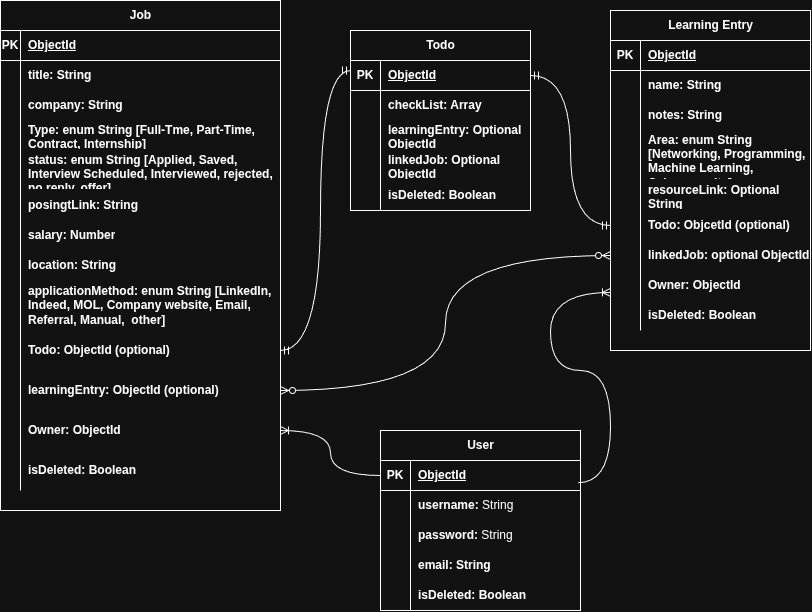
Above: docs/waypoint.ERD.png in A-Alsaffaf/Waypoint-U2-Project (draw.io), before the change. Source tidied: cells renumbered, new cells last; positions are measured from the earlier drawing's top-left corner, leaving out a move shared by most shapes.
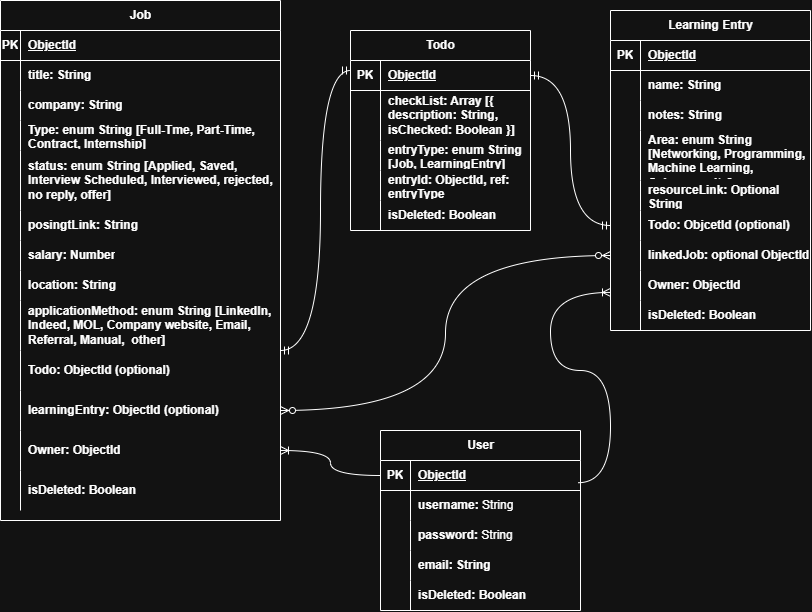
After the commit.

Commit message:
docs: Update ERD Diagram, todo schema

The edit, as a diff of the source:
```diff
@@ -51,7 +51,7 @@
       <mxGeometry x="30" width="170" height="30" as="geometry" />
     </mxCell>
     <mxCell id="18" value="Job" style="shape=table;startSize=30;rowLines=0;fontStyle=1;align=center;html=1;" parent="1" vertex="1">
-      <mxGeometry width="280" height="510" as="geometry" />
+      <mxGeometry width="280" height="520" as="geometry" />
     </mxCell>
     <mxCell id="19" style="shape=tableRow;horizontal=0;startSize=0;swimlaneHead=0;swimlaneBody=0;fillColor=none;top=0;left=0;right=0;bottom=1;" parent="18" vertex="1">
       <mxGeometry y="30" width="280" height="30" as="geometry" />
@@ -90,16 +90,16 @@
       <mxGeometry x="20" width="260" height="30" as="geometry" />
     </mxCell>
     <mxCell id="31" style="shape=tableRow;horizontal=0;startSize=0;swimlaneHead=0;swimlaneBody=0;fillColor=none;top=0;left=0;right=0;bottom=0;" parent="18" vertex="1">
-      <mxGeometry y="150" width="280" height="40" as="geometry" />
+      <mxGeometry y="150" width="280" height="60" as="geometry" />
     </mxCell>
     <mxCell id="32" style="shape=partialRectangle;fillColor=none;top=0;left=0;bottom=0;right=0;overflow=hidden;whiteSpace=wrap;html=1;" parent="31" vertex="1">
-      <mxGeometry width="20" height="40" as="geometry" />
+      <mxGeometry width="20" height="60" as="geometry" />
     </mxCell>
     <mxCell id="33" value="&lt;b&gt;status: enum String [Applied, Saved, Interview Scheduled, Interviewed, rejected, no reply, offer]&lt;/b&gt;" style="shape=partialRectangle;fillColor=none;top=0;left=0;bottom=0;right=0;align=left;spacingLeft=6;overflow=hidden;whiteSpace=wrap;html=1;" parent="31" vertex="1">
-      <mxGeometry x="20" width="260" height="40" as="geometry" />
+      <mxGeometry x="20" width="260" height="60" as="geometry" />
     </mxCell>
     <mxCell id="34" style="shape=tableRow;horizontal=0;startSize=0;swimlaneHead=0;swimlaneBody=0;fillColor=none;top=0;left=0;right=0;bottom=0;" parent="18" vertex="1">
-      <mxGeometry y="190" width="280" height="30" as="geometry" />
+      <mxGeometry y="210" width="280" height="30" as="geometry" />
     </mxCell>
     <mxCell id="35" style="shape=partialRectangle;fillColor=none;top=0;left=0;bottom=0;right=0;overflow=hidden;whiteSpace=wrap;html=1;" parent="34" vertex="1">
       <mxGeometry width="20" height="30" as="geometry" />
@@ -108,7 +108,7 @@
       <mxGeometry x="20" width="260" height="30" as="geometry" />
     </mxCell>
     <mxCell id="37" style="shape=tableRow;horizontal=0;startSize=0;swimlaneHead=0;swimlaneBody=0;fillColor=none;top=0;left=0;right=0;bottom=0;" parent="18" vertex="1">
-      <mxGeometry y="220" width="280" height="30" as="geometry" />
+      <mxGeometry y="240" width="280" height="30" as="geometry" />
     </mxCell>
     <mxCell id="38" style="shape=partialRectangle;fillColor=none;top=0;left=0;bottom=0;right=0;overflow=hidden;whiteSpace=wrap;html=1;" parent="37" vertex="1">
       <mxGeometry width="20" height="30" as="geometry" />
@@ -117,7 +117,7 @@
       <mxGeometry x="20" width="260" height="30" as="geometry" />
     </mxCell>
     <mxCell id="40" style="shape=tableRow;horizontal=0;startSize=0;swimlaneHead=0;swimlaneBody=0;fillColor=none;top=0;left=0;right=0;bottom=0;" parent="18" vertex="1">
-      <mxGeometry y="250" width="280" height="30" as="geometry" />
+      <mxGeometry y="270" width="280" height="30" as="geometry" />
     </mxCell>
     <mxCell id="41" style="shape=partialRectangle;fillColor=none;top=0;left=0;bottom=0;right=0;overflow=hidden;whiteSpace=wrap;html=1;" parent="40" vertex="1">
       <mxGeometry width="20" height="30" as="geometry" />
@@ -126,7 +126,7 @@
       <mxGeometry x="20" width="260" height="30" as="geometry" />
     </mxCell>
     <mxCell id="43" style="shape=tableRow;horizontal=0;startSize=0;swimlaneHead=0;swimlaneBody=0;fillColor=none;top=0;left=0;right=0;bottom=0;" parent="18" vertex="1">
-      <mxGeometry y="280" width="280" height="50" as="geometry" />
+      <mxGeometry y="300" width="280" height="50" as="geometry" />
     </mxCell>
     <mxCell id="44" style="shape=partialRectangle;fillColor=none;top=0;left=0;bottom=0;right=0;overflow=hidden;whiteSpace=wrap;html=1;" parent="43" vertex="1">
       <mxGeometry width="20" height="50" as="geometry" />
@@ -135,7 +135,7 @@
       <mxGeometry x="20" width="260" height="50" as="geometry" />
     </mxCell>
     <mxCell id="46" style="shape=tableRow;horizontal=0;startSize=0;swimlaneHead=0;swimlaneBody=0;fillColor=none;points=[[0,0.5],[1,0.5]];portConstraint=eastwest;top=0;left=0;right=0;bottom=0;" parent="18" vertex="1">
-      <mxGeometry y="330" width="280" height="40" as="geometry" />
+      <mxGeometry y="350" width="280" height="40" as="geometry" />
     </mxCell>
     <mxCell id="47" style="shape=partialRectangle;fillColor=none;top=0;left=0;bottom=0;right=0;overflow=hidden;whiteSpace=wrap;html=1;" parent="46" vertex="1">
       <mxGeometry width="20" height="40" as="geometry" />
@@ -144,7 +144,7 @@
       <mxGeometry x="20" width="260" height="40" as="geometry" />
     </mxCell>
     <mxCell id="49" style="shape=tableRow;horizontal=0;startSize=0;swimlaneHead=0;swimlaneBody=0;fillColor=none;points=[[0,0.5],[1,0.5]];portConstraint=eastwest;top=0;left=0;right=0;bottom=0;" parent="18" vertex="1">
-      <mxGeometry y="370" width="280" height="40" as="geometry" />
+      <mxGeometry y="390" width="280" height="40" as="geometry" />
     </mxCell>
     <mxCell id="50" style="shape=partialRectangle;fillColor=none;top=0;left=0;bottom=0;right=0;overflow=hidden;whiteSpace=wrap;html=1;" parent="49" vertex="1">
       <mxGeometry width="20" height="40" as="geometry" />
@@ -153,7 +153,7 @@
       <mxGeometry x="20" width="260" height="40" as="geometry" />
     </mxCell>
     <mxCell id="52" style="shape=tableRow;horizontal=0;startSize=0;swimlaneHead=0;swimlaneBody=0;fillColor=none;points=[[0,0.5],[1,0.5]];portConstraint=eastwest;top=0;left=0;right=0;bottom=0;" parent="18" vertex="1">
-      <mxGeometry y="410" width="280" height="40" as="geometry" />
+      <mxGeometry y="430" width="280" height="40" as="geometry" />
     </mxCell>
     <mxCell id="53" style="shape=partialRectangle;fillColor=none;top=0;left=0;bottom=0;right=0;overflow=hidden;whiteSpace=wrap;html=1;" parent="52" vertex="1">
       <mxGeometry width="20" height="40" as="geometry" />
@@ -162,7 +162,7 @@
       <mxGeometry x="20" width="260" height="40" as="geometry" />
     </mxCell>
     <mxCell id="55" style="shape=tableRow;horizontal=0;startSize=0;swimlaneHead=0;swimlaneBody=0;fillColor=none;top=0;left=0;right=0;bottom=0;" parent="18" vertex="1">
-      <mxGeometry y="450" width="280" height="40" as="geometry" />
+      <mxGeometry y="470" width="280" height="40" as="geometry" />
     </mxCell>
     <mxCell id="56" style="shape=partialRectangle;fillColor=none;top=0;left=0;bottom=0;right=0;overflow=hidden;whiteSpace=wrap;html=1;" parent="55" vertex="1">
       <mxGeometry width="20" height="40" as="geometry" />
@@ -171,7 +171,7 @@
       <mxGeometry x="20" width="260" height="40" as="geometry" />
     </mxCell>
     <mxCell id="58" value="Learning Entry" style="shape=table;startSize=30;rowLines=0;fontStyle=1;align=center;html=1;" parent="1" vertex="1">
-      <mxGeometry x="610" y="10" width="200" height="340" as="geometry" />
+      <mxGeometry x="610" y="10" width="200" height="320" as="geometry" />
     </mxCell>
     <mxCell id="59" style="shape=tableRow;horizontal=0;startSize=0;swimlaneHead=0;swimlaneBody=0;fillColor=none;top=0;left=0;right=0;bottom=1;" parent="58" vertex="1">
       <mxGeometry y="30" width="200" height="30" as="geometry" />
@@ -255,7 +255,7 @@
       <mxGeometry x="30" width="170" height="30" as="geometry" />
     </mxCell>
     <mxCell id="86" value="Todo" style="shape=table;startSize=30;rowLines=0;fontStyle=1;align=center;html=1;" parent="1" vertex="1">
-      <mxGeometry x="350" y="30" width="180" height="180" as="geometry" />
+      <mxGeometry x="350" y="30" width="180" height="200" as="geometry" />
     </mxCell>
     <mxCell id="87" style="shape=tableRow;horizontal=0;startSize=0;swimlaneHead=0;swimlaneBody=0;fillColor=none;points=[[0,0.5],[1,0.5]];portConstraint=eastwest;top=0;left=0;right=0;bottom=1;" parent="86" vertex="1">
       <mxGeometry y="30" width="180" height="30" as="geometry" />
@@ -267,34 +267,34 @@
       <mxGeometry x="30" width="150" height="30" as="geometry" />
     </mxCell>
     <mxCell id="90" style="shape=tableRow;horizontal=0;startSize=0;swimlaneHead=0;swimlaneBody=0;fillColor=none;top=0;left=0;right=0;bottom=0;" parent="86" vertex="1">
-      <mxGeometry y="60" width="180" height="30" as="geometry" />
+      <mxGeometry y="60" width="180" height="50" as="geometry" />
     </mxCell>
     <mxCell id="91" style="shape=partialRectangle;fillColor=none;top=0;left=0;bottom=0;right=0;overflow=hidden;whiteSpace=wrap;html=1;" parent="90" vertex="1">
-      <mxGeometry width="30" height="30" as="geometry" />
+      <mxGeometry width="30" height="50" as="geometry" />
     </mxCell>
-    <mxCell id="92" value="&lt;b&gt;checkList: Array&lt;/b&gt;" style="shape=partialRectangle;fillColor=none;top=0;left=0;bottom=0;right=0;align=left;spacingLeft=6;overflow=hidden;whiteSpace=wrap;html=1;" parent="90" vertex="1">
-      <mxGeometry x="30" width="150" height="30" as="geometry" />
+    <mxCell id="92" value="&lt;b&gt;checkList: Array [{ description: String, isChecked: Boolean }]&lt;/b&gt;" style="shape=partialRectangle;fillColor=none;top=0;left=0;bottom=0;right=0;align=left;spacingLeft=6;overflow=hidden;whiteSpace=wrap;html=1;" parent="90" vertex="1">
+      <mxGeometry x="30" width="150" height="50" as="geometry" />
     </mxCell>
     <mxCell id="93" style="shape=tableRow;horizontal=0;startSize=0;swimlaneHead=0;swimlaneBody=0;fillColor=none;top=0;left=0;right=0;bottom=0;" parent="86" vertex="1">
-      <mxGeometry y="90" width="180" height="30" as="geometry" />
+      <mxGeometry y="110" width="180" height="30" as="geometry" />
     </mxCell>
     <mxCell id="94" value=" " style="shape=partialRectangle;fillColor=none;top=0;left=0;bottom=0;right=0;overflow=hidden;whiteSpace=wrap;html=1;" parent="93" vertex="1">
       <mxGeometry width="30" height="30" as="geometry" />
     </mxCell>
-    <mxCell id="95" value="&lt;b&gt;learningEntry: Optional ObjectId&lt;/b&gt;" style="shape=partialRectangle;fillColor=none;top=0;left=0;bottom=0;right=0;align=left;spacingLeft=6;overflow=hidden;whiteSpace=wrap;html=1;" parent="93" vertex="1">
+    <mxCell id="95" value="&lt;b&gt;entryType: enum String [Job, LearningEntry]&lt;/b&gt;" style="shape=partialRectangle;fillColor=none;top=0;left=0;bottom=0;right=0;align=left;spacingLeft=6;overflow=hidden;whiteSpace=wrap;html=1;" parent="93" vertex="1">
       <mxGeometry x="30" width="150" height="30" as="geometry" />
     </mxCell>
     <mxCell id="96" style="shape=tableRow;horizontal=0;startSize=0;swimlaneHead=0;swimlaneBody=0;fillColor=none;top=0;left=0;right=0;bottom=0;" parent="86" vertex="1">
-      <mxGeometry y="120" width="180" height="30" as="geometry" />
+      <mxGeometry y="140" width="180" height="30" as="geometry" />
     </mxCell>
     <mxCell id="97" style="shape=partialRectangle;fillColor=none;top=0;left=0;bottom=0;right=0;overflow=hidden;whiteSpace=wrap;html=1;" parent="96" vertex="1">
       <mxGeometry width="30" height="30" as="geometry" />
     </mxCell>
-    <mxCell id="98" value="&lt;b&gt;linkedJob: Optional ObjectId&lt;/b&gt;" style="shape=partialRectangle;fillColor=none;top=0;left=0;bottom=0;right=0;align=left;spacingLeft=6;overflow=hidden;whiteSpace=wrap;html=1;" parent="96" vertex="1">
+    <mxCell id="98" value="&lt;b&gt;entryId: ObjectId, ref: entryType&lt;/b&gt;" style="shape=partialRectangle;fillColor=none;top=0;left=0;bottom=0;right=0;align=left;spacingLeft=6;overflow=hidden;whiteSpace=wrap;html=1;" parent="96" vertex="1">
       <mxGeometry x="30" width="150" height="30" as="geometry" />
     </mxCell>
     <mxCell id="99" style="shape=tableRow;horizontal=0;startSize=0;swimlaneHead=0;swimlaneBody=0;fillColor=none;top=0;left=0;right=0;bottom=0;" parent="86" vertex="1">
-      <mxGeometry y="150" width="180" height="30" as="geometry" />
+      <mxGeometry y="170" width="180" height="30" as="geometry" />
     </mxCell>
     <mxCell id="100" style="shape=partialRectangle;fillColor=none;top=0;left=0;bottom=0;right=0;overflow=hidden;whiteSpace=wrap;html=1;" parent="99" vertex="1">
       <mxGeometry width="30" height="30" as="geometry" />
```
